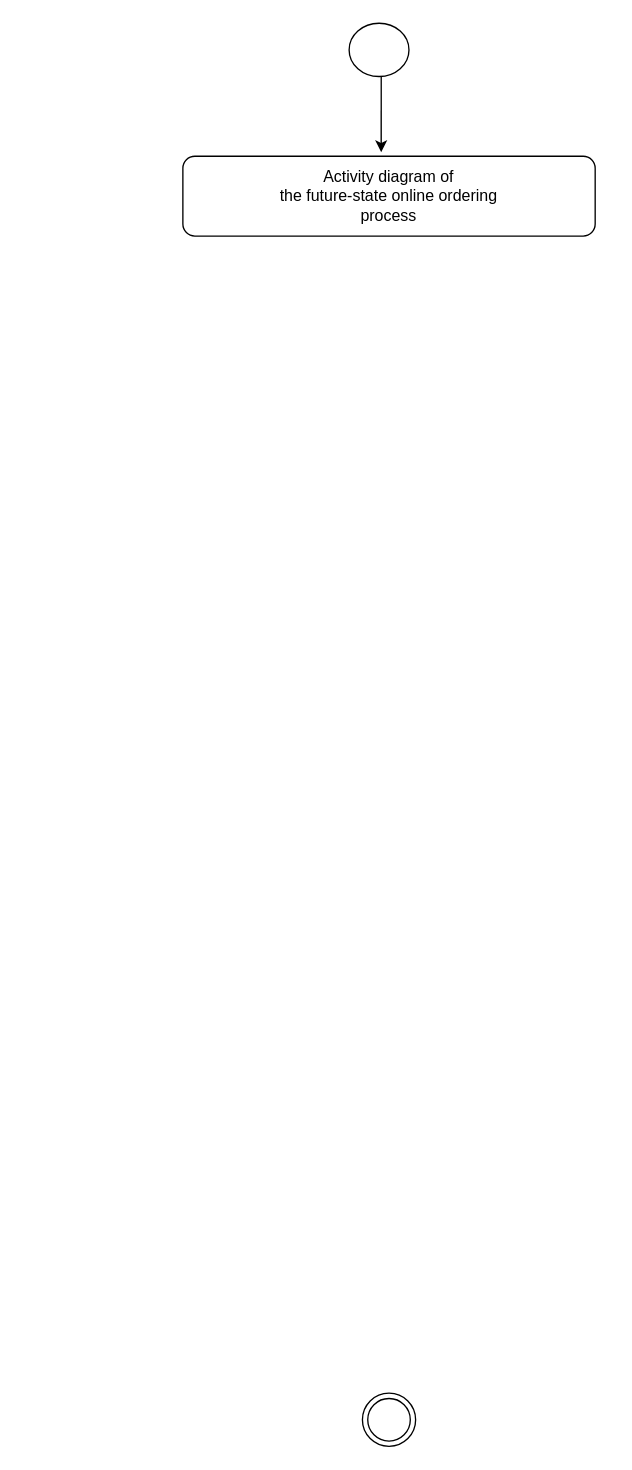
Before: Untitled Diagram.drawio in TipperChristopher/.github.io.matahi, a draw.io diagram. Source tidied: cells renumbered, new cells numbered last; positions are measured from the earlier drawing's top-left corner, leaving out a move shared by most shapes. Both pictures are drawn from the tidied source at 133%, with x=0, y=0 at pixel (182, 23).
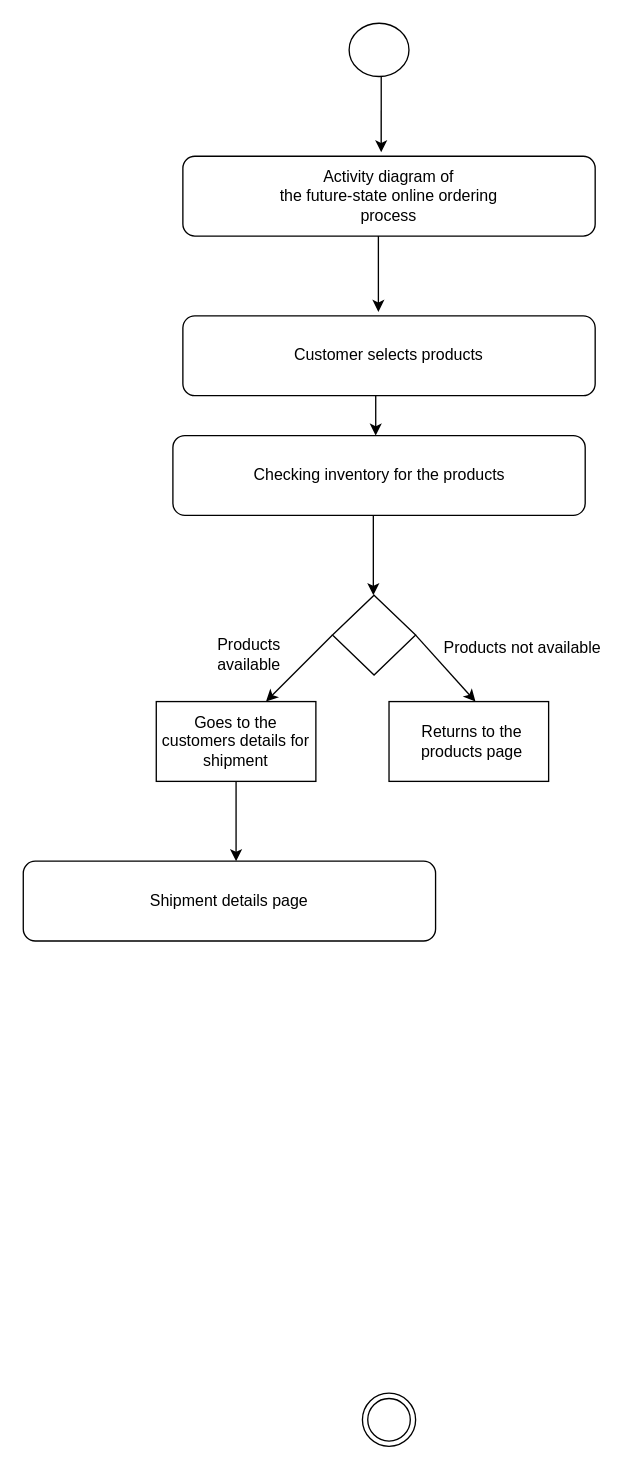
The same page after the edit.

What changed in the source:
```diff
@@
+    <mxCell id="7" style="rounded=1;whiteSpace=wrap;html=1;" parent="1" vertex="1">
+      <mxGeometry y="220" width="310" height="60" as="geometry" />
+    </mxCell>
+    <mxCell id="8" value="Customer selects products" style="text;html=1;strokeColor=none;fillColor=none;align=center;verticalAlign=middle;whiteSpace=wrap;rounded=0;" parent="1" vertex="1">
+      <mxGeometry y="235" width="310" height="30" as="geometry" />
+    </mxCell>
+    <mxCell id="9" style="endArrow=classic;html=1;rounded=0;entryX=0.481;entryY=-0.05;entryDx=0;entryDy=0;entryPerimeter=0;exitX=0.536;exitY=1;exitDx=0;exitDy=0;exitPerimeter=0;" parent="1" edge="1">
+      <mxGeometry relative="1" as="geometry">
+        <mxPoint x="147" y="160" as="sourcePoint" />
+        <mxPoint x="147" y="217" as="targetPoint" />
+      </mxGeometry>
+    </mxCell>
+    <mxCell id="10" style="endArrow=classic;html=1;rounded=0;" parent="1" edge="1">
+      <mxGeometry relative="1" as="geometry">
+        <mxPoint x="145" y="280" as="sourcePoint" />
+        <mxPoint x="145" y="310" as="targetPoint" />
+      </mxGeometry>
+    </mxCell>
+    <mxCell id="11" style="endArrow=classic;html=1;rounded=0;" parent="1" edge="1">
+      <mxGeometry relative="1" as="geometry">
+        <mxPoint x="143.2" y="370" as="sourcePoint" />
+        <mxPoint x="143.2" y="430" as="targetPoint" />
+      </mxGeometry>
+    </mxCell>
+    <mxCell id="12" style="rounded=1;whiteSpace=wrap;html=1;" parent="1" vertex="1">
+      <mxGeometry x="-7.5" y="310" width="310" height="60" as="geometry" />
+    </mxCell>
+    <mxCell id="13" value="Checking inventory for the products" style="text;html=1;strokeColor=none;fillColor=none;align=center;verticalAlign=middle;whiteSpace=wrap;rounded=0;" parent="1" vertex="1">
+      <mxGeometry x="-7.5" y="325" width="310" height="30" as="geometry" />
+    </mxCell>
+    <mxCell id="14" style="rhombus;whiteSpace=wrap;html=1;" parent="1" vertex="1">
+      <mxGeometry x="112.5" y="430" width="62.5" height="60" as="geometry" />
+    </mxCell>
+    <mxCell id="15" style="endArrow=classic;html=1;rounded=0;" parent="1" edge="1">
+      <mxGeometry relative="1" as="geometry">
+        <mxPoint x="112.5" y="460" as="sourcePoint" />
+        <mxPoint x="62.5" y="510" as="targetPoint" />
+      </mxGeometry>
+    </mxCell>
+    <mxCell id="16" style="endArrow=classic;html=1;rounded=0;" parent="1" edge="1">
+      <mxGeometry relative="1" as="geometry">
+        <mxPoint x="175" y="460" as="sourcePoint" />
+        <mxPoint x="220" y="510" as="targetPoint" />
+      </mxGeometry>
+    </mxCell>
+    <mxCell id="17" style="rounded=0;whiteSpace=wrap;html=1;" parent="1" vertex="1">
+      <mxGeometry x="-20" y="510" width="120" height="60" as="geometry" />
+    </mxCell>
+    <mxCell id="18" style="rounded=0;whiteSpace=wrap;html=1;" parent="1" vertex="1">
+      <mxGeometry x="155" y="510" width="120" height="60" as="geometry" />
+    </mxCell>
+    <mxCell id="19" value="Products available" style="text;html=1;strokeColor=none;fillColor=none;align=center;verticalAlign=middle;whiteSpace=wrap;rounded=0;" parent="1" vertex="1">
+      <mxGeometry x="20" y="460" width="60" height="30" as="geometry" />
+    </mxCell>
+    <mxCell id="20" value="&lt;span style=&quot;&quot;&gt;Products not available&lt;/span&gt;" style="text;html=1;align=center;verticalAlign=middle;strokeColor=none;fillColor=none;" parent="1" vertex="1">
+      <mxGeometry x="190" y="460" width="130" height="20" as="geometry" />
+    </mxCell>
+    <mxCell id="21" value="Goes to the customers details for shipment" style="text;html=1;strokeColor=none;fillColor=none;align=center;verticalAlign=middle;whiteSpace=wrap;rounded=0;" parent="1" vertex="1">
+      <mxGeometry x="-20" y="510" width="120" height="60" as="geometry" />
+    </mxCell>
+    <mxCell id="22" value="Returns to the products page" style="text;html=1;strokeColor=none;fillColor=none;align=center;verticalAlign=middle;whiteSpace=wrap;rounded=0;" parent="1" vertex="1">
+      <mxGeometry x="155" y="510" width="125" height="60" as="geometry" />
+    </mxCell>
+    <mxCell id="23" style="endArrow=classic;html=1;rounded=0;" parent="1" edge="1">
+      <mxGeometry relative="1" as="geometry">
+        <mxPoint x="40" y="570" as="sourcePoint" />
+        <mxPoint x="40" y="630" as="targetPoint" />
+      </mxGeometry>
+    </mxCell>
+    <mxCell id="24" style="rounded=1;whiteSpace=wrap;html=1;" parent="1" vertex="1">
+      <mxGeometry x="-120" y="630" width="310" height="60" as="geometry" />
+    </mxCell>
+    <mxCell id="25" value="Shipment details page" style="text;html=1;strokeColor=none;fillColor=none;align=center;verticalAlign=middle;whiteSpace=wrap;rounded=0;" parent="1" vertex="1">
+      <mxGeometry x="-120" y="645" width="310" height="30" as="geometry" />
+    </mxCell>
```
